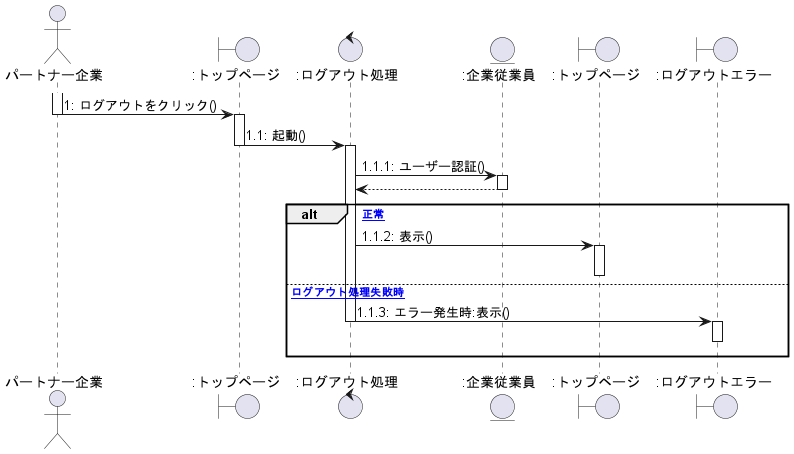
Earlier version of the PlantUML export out/client_sequence/ログアウト.png (ksw2270227/GroupF).
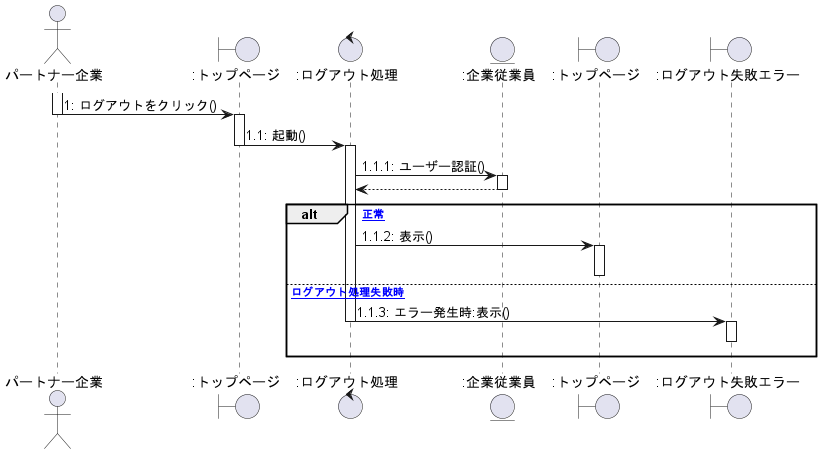
Above is the later version.

What changed in the source:
```diff
@@ -6,7 +6,7 @@
 Control ":ログアウト処理" as b
 Entity ":企業従業員" as c
 Boundary ":トップページ" as d
-Boundary ":ログアウトエラー" as e
+Boundary ":ログアウト失敗エラー" as e
 
 activate 0
     0 -> a :1: ログアウトをクリック()
```
